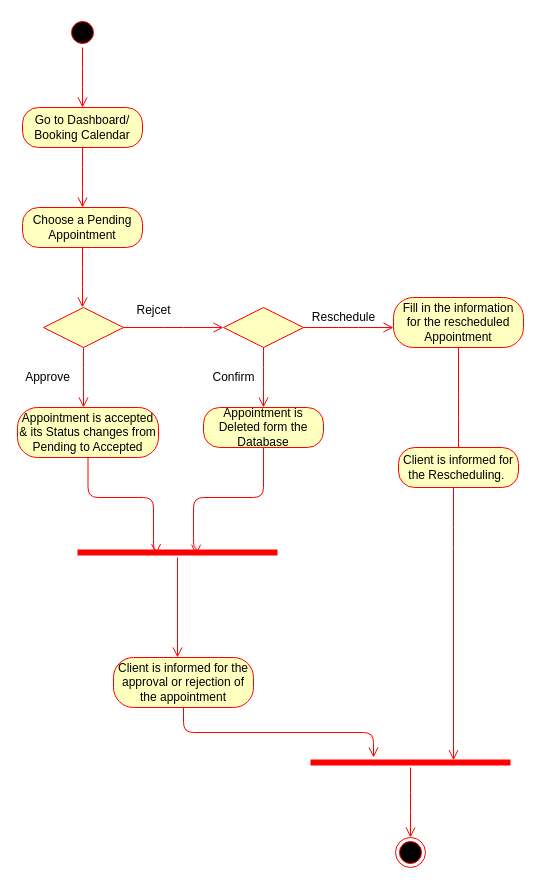
The draw.io diagram Diagrams/Activity Diagrams FINAL/AC_05-06-07_Accept Reschedule Reject Appointment.drawio in kkasharaj17/SE-project, before the edit. Source tidied: cells renumbered, new cells numbered last; positions are measured from the earlier drawing's top-left corner, leaving out a move shared by most shapes. Both pictures are drawn from the tidied source at 100%, with x=0, y=0 at pixel (17, 17).
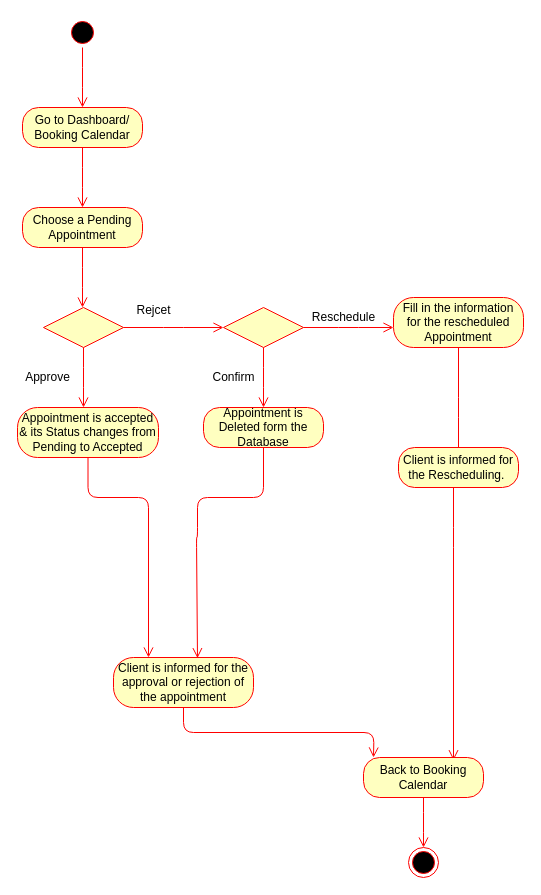
The same page after the edit.

The change refers to these unchanged cells:
```xml
<mxCell id="13" value="Appointment is accepted &amp;amp; its Status changes from Pending to Accepted" style="rounded=1;whiteSpace=wrap;html=1;arcSize=40;fontColor=#000000;fillColor=#ffffc0;strokeColor=#ff0000;" parent="1" vertex="1">
  <mxGeometry y="390" width="141" height="50" as="geometry" />
</mxCell>
<mxCell id="15" value="Client is informed for the approval or rejection of the appointment" style="rounded=1;whiteSpace=wrap;html=1;arcSize=40;fontColor=#000000;fillColor=#ffffc0;strokeColor=#ff0000;" parent="1" vertex="1">
  <mxGeometry x="96" y="640" width="140" height="50" as="geometry" />
</mxCell>
<mxCell id="22" value="Appointment is Deleted form the Database" style="rounded=1;whiteSpace=wrap;html=1;arcSize=40;fontColor=#000000;fillColor=#ffffc0;strokeColor=#ff0000;" parent="1" vertex="1">
  <mxGeometry x="186" y="390" width="120" height="40" as="geometry" />
</mxCell>
<mxCell id="28" value="Client is informed for the Rescheduling.&amp;nbsp;" style="rounded=1;whiteSpace=wrap;html=1;arcSize=40;fontColor=#000000;fillColor=#ffffc0;strokeColor=#ff0000;" parent="1" vertex="1">
  <mxGeometry x="381" y="430" width="120" height="40" as="geometry" />
</mxCell>
```

What changed in the source:
```diff
@@
-    <mxCell id="14" style="edgeStyle=orthogonalEdgeStyle;html=1;verticalAlign=bottom;endArrow=open;endSize=8;strokeColor=#ff0000;exitX=0.5;exitY=1;exitDx=0;exitDy=0;entryX=0.393;entryY=0.667;entryDx=0;entryDy=0;entryPerimeter=0;" parent="1" edge="1" source="13" target="24">
+    <mxCell id="14" style="edgeStyle=orthogonalEdgeStyle;html=1;verticalAlign=bottom;endArrow=open;endSize=8;strokeColor=#ff0000;exitX=0.5;exitY=1;exitDx=0;exitDy=0;entryX=0.25;entryY=0;entryDx=0;entryDy=0;" parent="1" edge="1" source="13" target="15">
       <mxGeometry relative="1" as="geometry">
         <Array as="points">
           <mxPoint x="71" y="480" />
-          <mxPoint x="136" y="480" />
-          <mxPoint x="136" y="532" />
-          <mxPoint x="139" y="532" />
+          <mxPoint x="131" y="480" />
         </Array>
       </mxGeometry>
     </mxCell>
@@
-    <mxCell id="16" style="edgeStyle=orthogonalEdgeStyle;html=1;verticalAlign=bottom;endArrow=open;endSize=8;strokeColor=#ff0000;exitX=0.5;exitY=1;exitDx=0;exitDy=0;entryX=0.315;entryY=0;entryDx=0;entryDy=0;entryPerimeter=0;" parent="1" edge="1" source="15" target="30">
-      <mxGeometry relative="1" as="geometry" />
+    <mxCell id="16" style="edgeStyle=orthogonalEdgeStyle;html=1;verticalAlign=bottom;endArrow=open;endSize=8;strokeColor=#ff0000;exitX=0.5;exitY=1;exitDx=0;exitDy=0;entryX=0.315;entryY=0;entryDx=0;entryDy=0;entryPerimeter=0;" parent="1" edge="1" source="15">
+      <mxGeometry relative="1" as="geometry">
+        <mxPoint x="356" y="740" as="targetPoint" />
+      </mxGeometry>
     </mxCell>
@@
-    <mxCell id="23" style="edgeStyle=orthogonalEdgeStyle;html=1;verticalAlign=bottom;endArrow=open;endSize=8;strokeColor=#ff0000;exitX=0.5;exitY=1;exitDx=0;exitDy=0;entryX=0.593;entryY=0.733;entryDx=0;entryDy=0;entryPerimeter=0;" parent="1" edge="1" source="22" target="24">
+    <mxCell id="23" style="edgeStyle=orthogonalEdgeStyle;html=1;verticalAlign=bottom;endArrow=open;endSize=8;strokeColor=#ff0000;exitX=0.5;exitY=1;exitDx=0;exitDy=0;entryX=0.6;entryY=0.013;entryDx=0;entryDy=0;entryPerimeter=0;" parent="1" edge="1" source="22" target="15">
       <mxGeometry relative="1" as="geometry">
         <Array as="points">
           <mxPoint x="246" y="480" />
-          <mxPoint x="176" y="480" />
-          <mxPoint x="176" y="530" />
-          <mxPoint x="179" y="530" />
+          <mxPoint x="180" y="480" />
+          <mxPoint x="180" y="520" />
+          <mxPoint x="179" y="520" />
         </Array>
       </mxGeometry>
     </mxCell>
-    <mxCell id="24" style="shape=line;html=1;strokeWidth=6;strokeColor=#ff0000;" parent="1" vertex="1">
-      <mxGeometry x="60" y="530" width="200" height="10" as="geometry" />
-    </mxCell>
-    <mxCell id="25" style="edgeStyle=orthogonalEdgeStyle;html=1;verticalAlign=bottom;endArrow=open;endSize=8;strokeColor=#ff0000;" parent="1" edge="1" source="24">
-      <mxGeometry relative="1" as="geometry">
-        <mxPoint x="160" y="640" as="targetPoint" />
-        <Array as="points">
-          <mxPoint x="160" y="640" />
-        </Array>
-      </mxGeometry>
-    </mxCell>
@@
-    <mxCell id="29" style="edgeStyle=orthogonalEdgeStyle;html=1;verticalAlign=bottom;endArrow=open;endSize=8;strokeColor=#ff0000;entryX=0.715;entryY=0.267;entryDx=0;entryDy=0;entryPerimeter=0;" parent="1" edge="1" source="28" target="30">
+    <mxCell id="29" style="edgeStyle=orthogonalEdgeStyle;html=1;verticalAlign=bottom;endArrow=open;endSize=8;strokeColor=#ff0000;entryX=0.715;entryY=0.267;entryDx=0;entryDy=0;entryPerimeter=0;" parent="1" edge="1" source="28">
       <mxGeometry relative="1" as="geometry">
+        <mxPoint x="436" y="742.7" as="targetPoint" />
         <Array as="points">
           <mxPoint x="436" y="520" />
           <mxPoint x="436" y="520" />
         </Array>
       </mxGeometry>
     </mxCell>
-    <mxCell id="30" style="shape=line;html=1;strokeWidth=6;strokeColor=#ff0000;" parent="1" vertex="1">
-      <mxGeometry x="293" y="740" width="200" height="10" as="geometry" />
-    </mxCell>
-    <mxCell id="31" style="edgeStyle=orthogonalEdgeStyle;html=1;verticalAlign=bottom;endArrow=open;endSize=8;strokeColor=#ff0000;" parent="1" edge="1" source="30">
-      <mxGeometry relative="1" as="geometry">
-        <mxPoint x="393" y="820" as="targetPoint" />
-      </mxGeometry>
-    </mxCell>
     <mxCell id="32" style="ellipse;html=1;shape=endState;fillColor=#000000;strokeColor=#ff0000;" parent="1" vertex="1">
-      <mxGeometry x="378" y="820" width="30" height="30" as="geometry" />
+      <mxGeometry x="391" y="830" width="30" height="30" as="geometry" />
     </mxCell>
+    <mxCell id="33" value="Back to Booking Calendar" style="rounded=1;whiteSpace=wrap;html=1;arcSize=40;fontColor=#000000;fillColor=#ffffc0;strokeColor=#ff0000;" parent="1" vertex="1">
+      <mxGeometry x="346" y="740" width="120" height="40" as="geometry" />
+    </mxCell>
+    <mxCell id="34" style="edgeStyle=orthogonalEdgeStyle;html=1;verticalAlign=bottom;endArrow=open;endSize=8;strokeColor=#ff0000;" parent="1" edge="1" source="33">
+      <mxGeometry relative="1" as="geometry">
+        <mxPoint x="406" y="830" as="targetPoint" />
+      </mxGeometry>
+    </mxCell>
```
